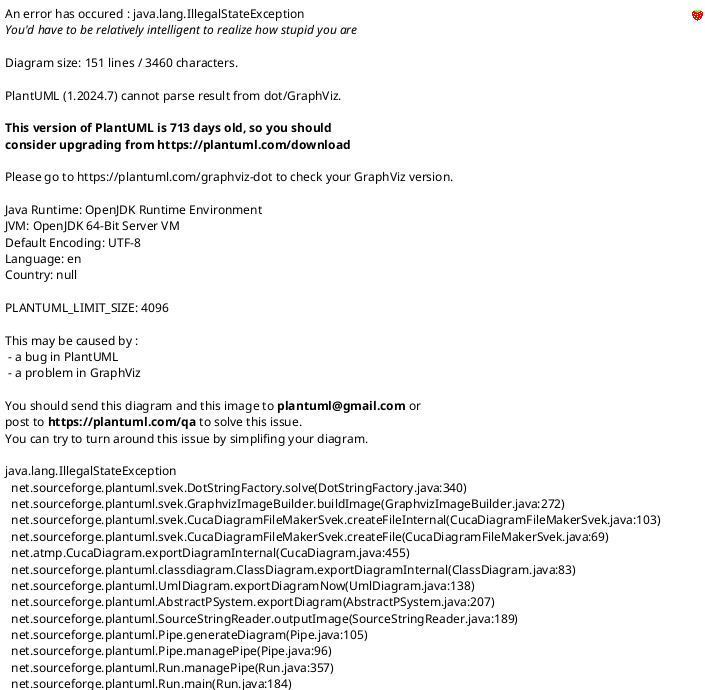
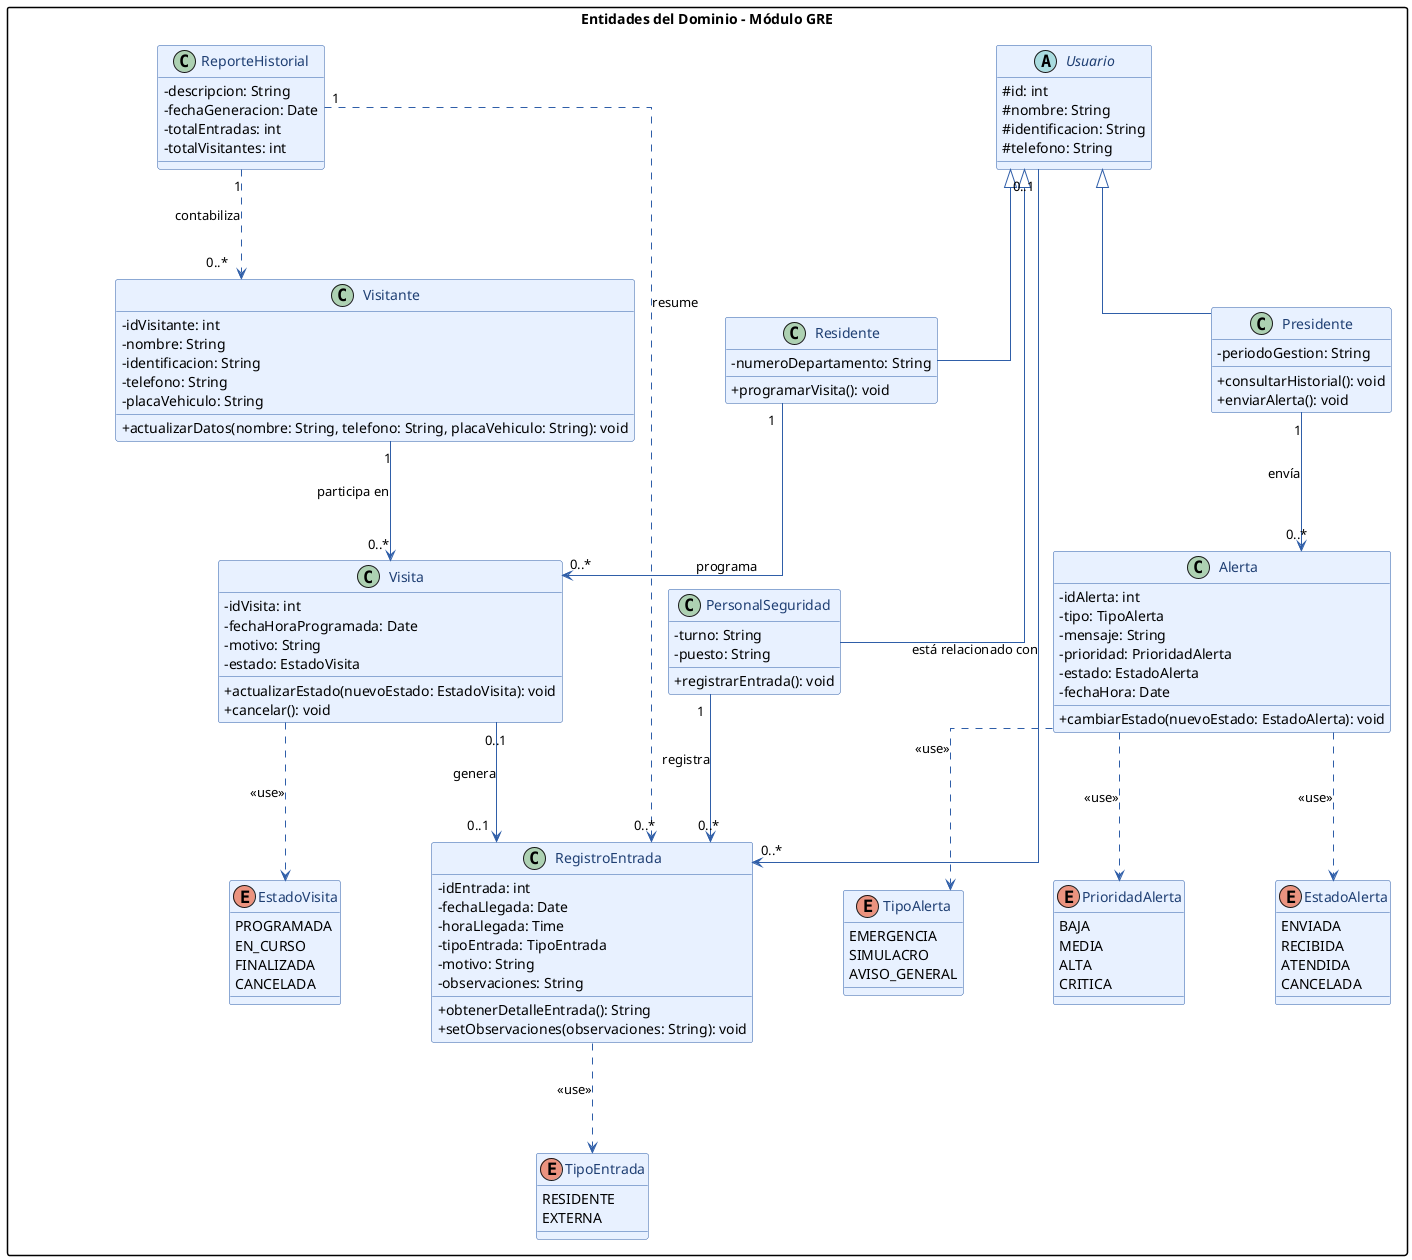
@startuml Diagrama_Dominio_GRE

skinparam classAttributeIconSize 0
skinparam shadowing false
skinparam packageStyle rectangle
skinparam linetype ortho
skinparam nodesep 90
skinparam ranksep 110

skinparam class {
    BackgroundColor #E8F1FF
    BorderColor #2F5EA8
    ArrowColor #2F5EA8
    FontColor #1F3F73
}

skinparam enum {
    BackgroundColor #EEF5FF
    BorderColor #1F3F73
    FontColor #1F3F73
}

package "Entidades del Dominio - Módulo GRE" {

    enum EstadoVisita {
        PROGRAMADA
        EN_CURSO
        FINALIZADA
        CANCELADA
    }

    enum TipoEntrada {
        RESIDENTE
        EXTERNA
    }

    enum TipoAlerta {
        EMERGENCIA
        SIMULACRO
        AVISO_GENERAL
    }

    enum PrioridadAlerta {
        BAJA
        MEDIA
        ALTA
        CRITICA
    }

    enum EstadoAlerta {
        ENVIADA
        RECIBIDA
        ATENDIDA
        CANCELADA
    }

    abstract class Usuario {
        # id: int
        # nombre: String
        # identificacion: String
        # telefono: String
    }

    class Residente  {
        - numeroDepartamento: String
        + programarVisita(): void
    }

    class Presidente  {
        - periodoGestion: String
        + consultarHistorial(): void
        + enviarAlerta(): void
    }

    class PersonalSeguridad {
        - turno: String
        - puesto: String
        + registrarEntrada(): void
    }

    class Visitante {
        - idVisitante: int
        - nombre: String
        - identificacion: String
        - telefono: String
        - placaVehiculo: String
        + actualizarDatos(nombre: String, telefono: String, placaVehiculo: String): void
    }

    class Visita {
        - idVisita: int
        - fechaHoraProgramada: Date
        - motivo: String
        - estado: EstadoVisita
        + actualizarEstado(nuevoEstado: EstadoVisita): void
        + cancelar(): void
    }

    class RegistroEntrada {
        - idEntrada: int
        - fechaLlegada: Date
        - horaLlegada: Time
        - tipoEntrada: TipoEntrada
        - motivo: String
        - observaciones: String
        + obtenerDetalleEntrada(): String
        + setObservaciones(observaciones: String): void
    }

    class Alerta {
        - idAlerta: int
        - tipo: TipoAlerta
        - mensaje: String
        - prioridad: PrioridadAlerta
        - estado: EstadoAlerta
        - fechaHora: Date
        + cambiarEstado(nuevoEstado: EstadoAlerta): void
    }

    class ReporteHistorial {
        - descripcion: String
        - fechaGeneracion: Date
        - totalEntradas: int
        - totalVisitantes: int
    }

    ' Herencia
    Usuario <|-- Residente
    Usuario <|-- Presidente
    Usuario <|-- PersonalSeguridad

    ' Relaciones Centrales
    Residente "1" --> "0..*" Visita : "programa"
    Visitante "1" --> "0..*" Visita : "participa en"
    Visita "0..1" --> "0..1" RegistroEntrada : "genera"

    PersonalSeguridad "1" --> "0..*" RegistroEntrada : "registra"
    Usuario "0..1" --> "0..*" RegistroEntrada : "está relacionado con"

    Presidente "1" --> "0..*" Alerta : "envía"

    ReporteHistorial "1" ..> "0..*" RegistroEntrada : "resume"
    ReporteHistorial "1" ..> "0..*" Visitante : "contabiliza"
-     ReporteHistorial "1" ..> "0..*" Alerta : "incluye"

    ' Dependencias
    Visita .down.> EstadoVisita : "<<use>>"
    RegistroEntrada .down.> TipoEntrada : "<<use>>"
    Alerta .down.> TipoAlerta : "<<use>>"
    Alerta .down.> PrioridadAlerta : "<<use>>"
    Alerta .down.> EstadoAlerta : "<<use>>"
}

@enduml